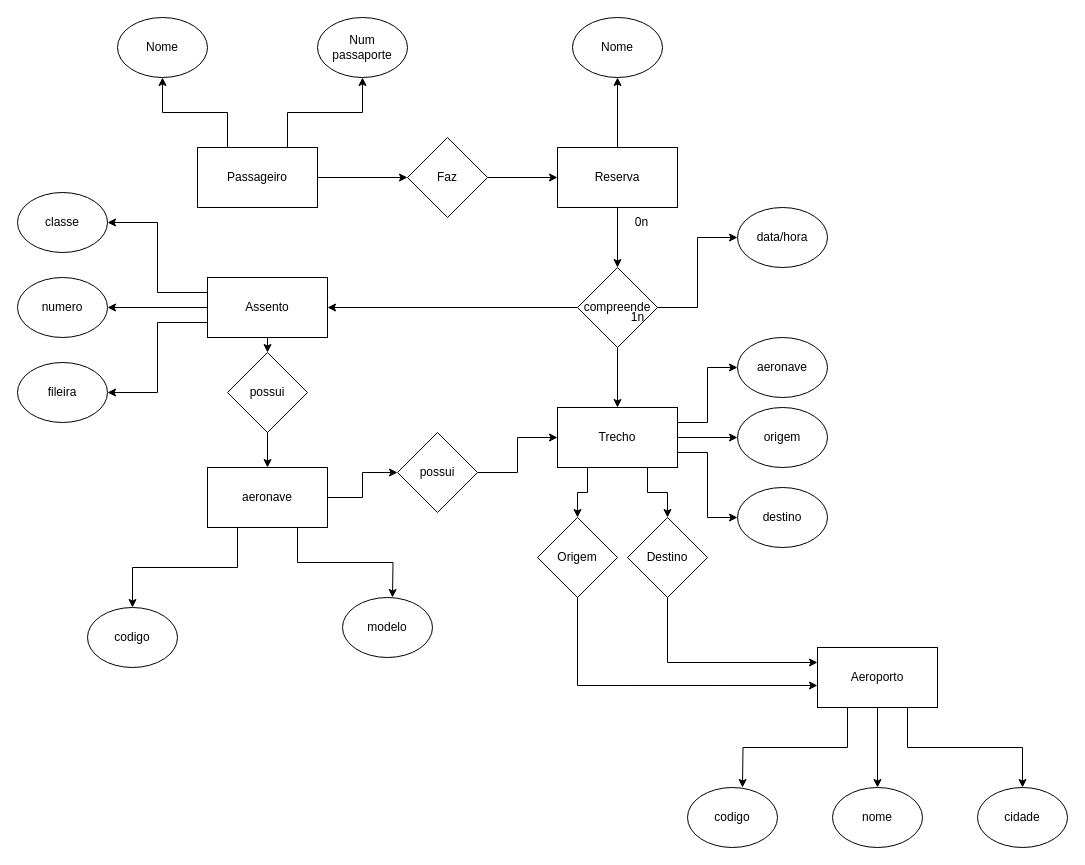
This is Banco De Dados/atividades/voo.drawio from Ricettoo/Trabalhos-CCOMP, a draw.io file, before an edit. Source tidied: cells renumbered, new cells numbered last; positions are measured from the earlier drawing's top-left corner, leaving out a move shared by most shapes. Both pictures are drawn from the tidied source at 100%, with x=0, y=0 at pixel (17, 17).
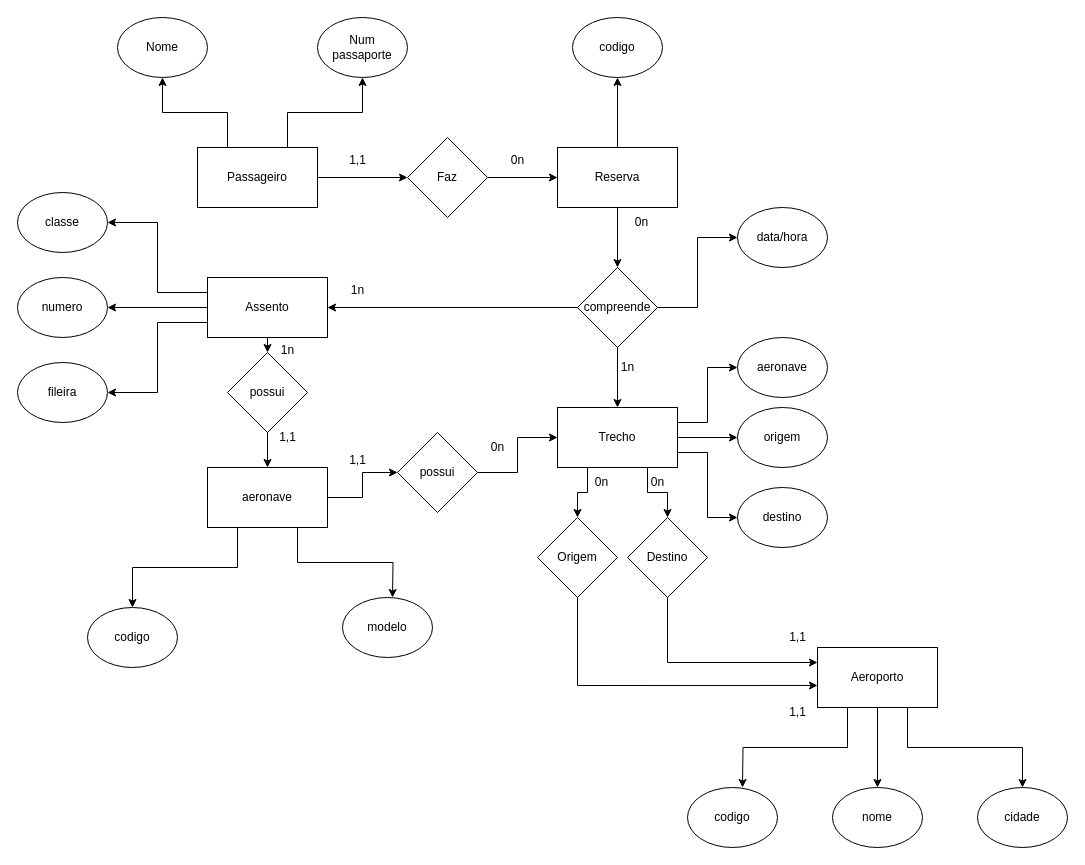
Above is the later version.

Diff of the diagram source:
```diff
@@
-    <mxCell id="33" value="Nome" style="ellipse;whiteSpace=wrap;html=1;" parent="1" vertex="1">
+    <mxCell id="33" value="codigo" style="ellipse;whiteSpace=wrap;html=1;" parent="1" vertex="1">
       <mxGeometry x="555" width="90" height="60" as="geometry" />
     </mxCell>
@@
     <mxCell id="38" value="1n" style="text;html=1;align=center;verticalAlign=middle;strokeColor=none;fillColor=none;" parent="1" vertex="1">
-      <mxGeometry x="600" y="285" width="40" height="30" as="geometry" />
+      <mxGeometry x="590" y="335" width="40" height="30" as="geometry" />
     </mxCell>
@@
+    <mxCell id="59" value="0n" style="text;html=1;align=center;verticalAlign=middle;strokeColor=none;fillColor=none;" parent="1" vertex="1">
+      <mxGeometry x="564" y="450" width="40" height="30" as="geometry" />
+    </mxCell>
+    <mxCell id="60" value="0n" style="text;html=1;align=center;verticalAlign=middle;strokeColor=none;fillColor=none;" parent="1" vertex="1">
+      <mxGeometry x="620" y="450" width="40" height="30" as="geometry" />
+    </mxCell>
+    <mxCell id="61" value="1,1" style="text;html=1;align=center;verticalAlign=middle;strokeColor=none;fillColor=none;" parent="1" vertex="1">
+      <mxGeometry x="760" y="605" width="40" height="30" as="geometry" />
+    </mxCell>
+    <mxCell id="62" value="1,1" style="text;html=1;align=center;verticalAlign=middle;strokeColor=none;fillColor=none;" parent="1" vertex="1">
+      <mxGeometry x="760" y="680" width="40" height="30" as="geometry" />
+    </mxCell>
+    <mxCell id="63" value="1,1" style="text;html=1;align=center;verticalAlign=middle;strokeColor=none;fillColor=none;" parent="1" vertex="1">
+      <mxGeometry x="320" y="428" width="40" height="30" as="geometry" />
+    </mxCell>
+    <mxCell id="64" value="0n" style="text;html=1;align=center;verticalAlign=middle;strokeColor=none;fillColor=none;" parent="1" vertex="1">
+      <mxGeometry x="460" y="415" width="40" height="30" as="geometry" />
+    </mxCell>
+    <mxCell id="65" value="1,1" style="text;html=1;align=center;verticalAlign=middle;strokeColor=none;fillColor=none;" parent="1" vertex="1">
+      <mxGeometry x="250" y="405" width="40" height="30" as="geometry" />
+    </mxCell>
+    <mxCell id="66" value="1n" style="text;html=1;align=center;verticalAlign=middle;strokeColor=none;fillColor=none;" parent="1" vertex="1">
+      <mxGeometry x="250" y="318" width="40" height="30" as="geometry" />
+    </mxCell>
+    <mxCell id="67" value="0n" style="text;html=1;align=center;verticalAlign=middle;strokeColor=none;fillColor=none;" parent="1" vertex="1">
+      <mxGeometry x="480" y="128" width="40" height="30" as="geometry" />
+    </mxCell>
+    <mxCell id="68" value="1,1" style="text;html=1;align=center;verticalAlign=middle;strokeColor=none;fillColor=none;" parent="1" vertex="1">
+      <mxGeometry x="320" y="128" width="40" height="30" as="geometry" />
+    </mxCell>
+    <mxCell id="69" value="1n" style="text;html=1;align=center;verticalAlign=middle;strokeColor=none;fillColor=none;" parent="1" vertex="1">
+      <mxGeometry x="320" y="258" width="40" height="30" as="geometry" />
+    </mxCell>
```
